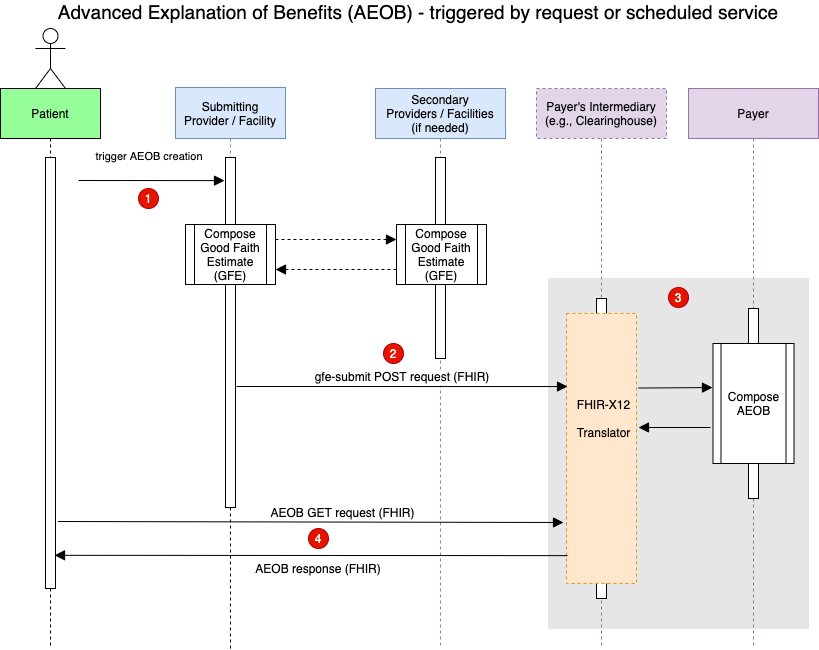
This is input/images/AEOB-interaction.drawio.png from HL7/davinci-pct, a draw.io export, as it was before one commit. Source tidied: cells renumbered, new cells last; positions are measured from the earlier drawing's top-left corner, leaving out a move shared by most shapes.
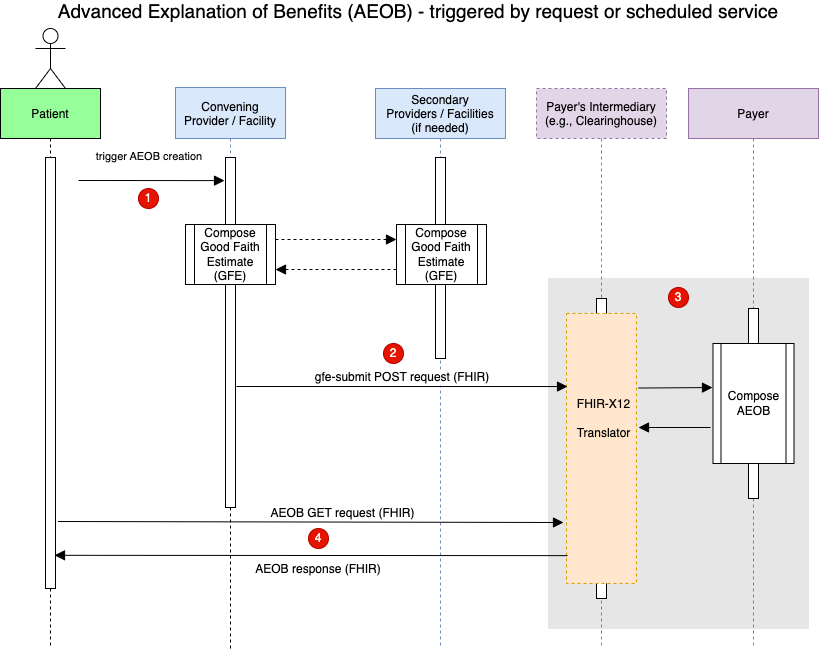
After the change.

Commit message:
Change submitting provider to convening provider

Change to the diagram source:
```diff
@@ -8,7 +8,7 @@
     <mxCell id="3" style="points=[];perimeter=orthogonalPerimeter;rounded=0;shadow=0;strokeWidth=1;" parent="2" vertex="1">
       <mxGeometry x="45" y="69" width="10" height="431" as="geometry" />
     </mxCell>
-    <mxCell id="4" value="Submitting &#10;Provider / Facility" style="shape=umlLifeline;perimeter=lifelinePerimeter;rounded=0;shadow=0;strokeWidth=1;fillColor=#dae8fc;size=51;strokeColor=#6c8ebf;" parent="1" vertex="1">
+    <mxCell id="4" value="Convening &#10;Provider / Facility" style="shape=umlLifeline;perimeter=lifelinePerimeter;rounded=0;shadow=0;strokeWidth=1;fillColor=#dae8fc;size=51;strokeColor=#6c8ebf;" parent="1" vertex="1">
       <mxGeometry x="175" y="86" width="110" height="420" as="geometry" />
     </mxCell>
     <mxCell id="5" style="points=[];perimeter=orthogonalPerimeter;rounded=0;shadow=0;strokeWidth=1;" parent="4" vertex="1">
```
